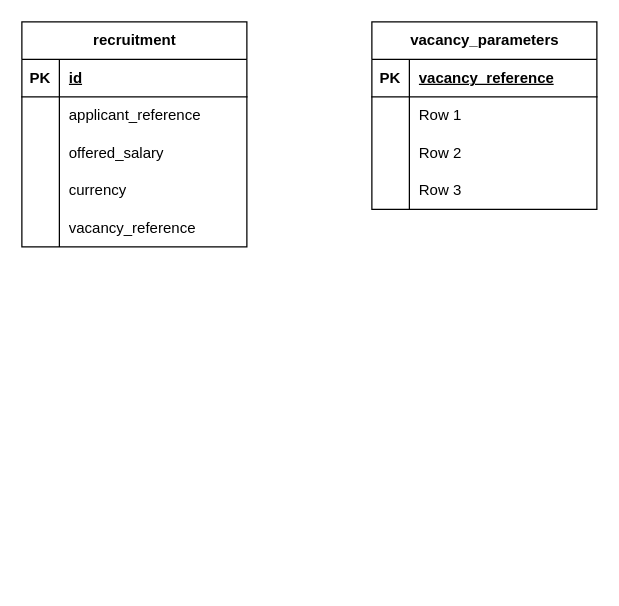
peguses/education keeps this draw.io diagram as design/invoicing_microservice.drawio. Above is the earlier version. Source tidied: cells renumbered, new cells numbered last; positions are measured from the earlier drawing's top-left corner, leaving out a move shared by most shapes. Both pictures are drawn from the tidied source at 125%, with x=0, y=0 at pixel (21, 21).
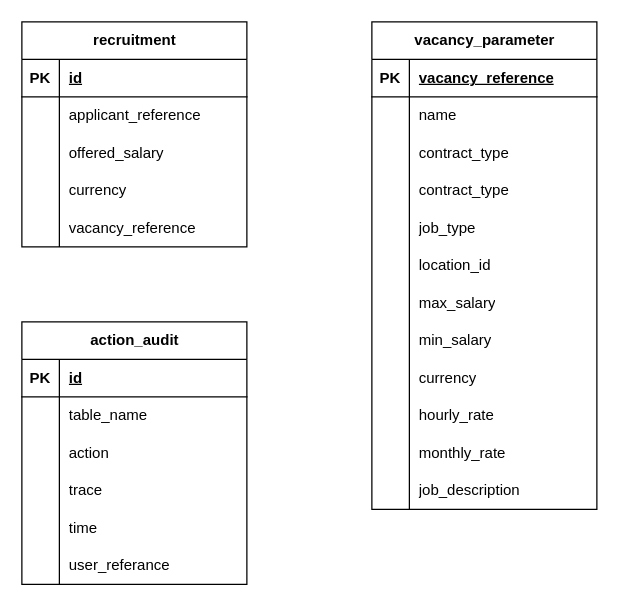
The same diagram, later.

Change to the diagram source:
```diff
@@
-    <mxCell id="18" value="vacancy_parameters" style="shape=table;startSize=30;childLayout=tableLayout;rowLines=0;fontStyle=1;align=center;html=1;" parent="1" vertex="1">
-      <mxGeometry x="280" width="180" height="150" as="geometry" />
-    </mxCell>
-    <mxCell id="19" style="shape=tableRow;horizontal=0;startSize=0;swimlaneHead=0;swimlaneBody=0;fillColor=none;top=0;left=0;right=0;bottom=1;" parent="18" vertex="1">
-      <mxGeometry y="30" width="180" height="30" as="geometry" />
-    </mxCell>
-    <mxCell id="20" value="PK" style="shape=partialRectangle;fillColor=none;top=0;left=0;bottom=0;right=0;fontStyle=1;overflow=hidden;whiteSpace=wrap;html=1;" parent="19" vertex="1">
-      <mxGeometry width="30" height="30" as="geometry" />
-    </mxCell>
+    <mxCell id="31" value="vacancy_parameter" style="shape=table;startSize=30;childLayout=tableLayout;rowLines=0;fontStyle=1;align=center;html=1;" parent="1" vertex="1">
+      <mxGeometry x="280" width="180" height="390" as="geometry" />
+    </mxCell>
+    <mxCell id="32" style="shape=tableRow;horizontal=0;startSize=0;swimlaneHead=0;swimlaneBody=0;fillColor=none;top=0;left=0;right=0;bottom=1;" parent="31" vertex="1">
+      <mxGeometry y="30" width="180" height="30" as="geometry" />
+    </mxCell>
+    <mxCell id="33" value="PK" style="shape=partialRectangle;fillColor=none;top=0;left=0;bottom=0;right=0;fontStyle=1;overflow=hidden;whiteSpace=wrap;html=1;" parent="32" vertex="1">
+      <mxGeometry width="30" height="30" as="geometry" />
+    </mxCell>
-    <mxCell id="21" value="vacancy_reference" style="shape=partialRectangle;fillColor=none;top=0;left=0;bottom=0;right=0;align=left;spacingLeft=6;fontStyle=5;overflow=hidden;whiteSpace=wrap;html=1;" parent="19" vertex="1">
+    <mxCell id="21" value="vacancy_reference" style="shape=partialRectangle;fillColor=none;top=0;left=0;bottom=0;right=0;align=left;spacingLeft=6;fontStyle=5;overflow=hidden;whiteSpace=wrap;html=1;" parent="32" vertex="1">
       <mxGeometry x="30" width="150" height="30" as="geometry" />
     </mxCell>
-    <mxCell id="22" style="shape=tableRow;horizontal=0;startSize=0;swimlaneHead=0;swimlaneBody=0;fillColor=none;top=0;left=0;right=0;bottom=0;" parent="18" vertex="1">
-      <mxGeometry y="60" width="180" height="30" as="geometry" />
-    </mxCell>
-    <mxCell id="23" style="shape=partialRectangle;fillColor=none;top=0;left=0;bottom=0;right=0;overflow=hidden;whiteSpace=wrap;html=1;" parent="22" vertex="1">
-      <mxGeometry width="30" height="30" as="geometry" />
-    </mxCell>
-    <mxCell id="24" value="Row 1" style="shape=partialRectangle;fillColor=none;top=0;left=0;bottom=0;right=0;align=left;spacingLeft=6;overflow=hidden;whiteSpace=wrap;html=1;" parent="22" vertex="1">
-      <mxGeometry x="30" width="150" height="30" as="geometry" />
-    </mxCell>
-    <mxCell id="25" style="shape=tableRow;horizontal=0;startSize=0;swimlaneHead=0;swimlaneBody=0;fillColor=none;top=0;left=0;right=0;bottom=0;" parent="18" vertex="1">
-      <mxGeometry y="90" width="180" height="30" as="geometry" />
-    </mxCell>
-    <mxCell id="26" style="shape=partialRectangle;fillColor=none;top=0;left=0;bottom=0;right=0;overflow=hidden;whiteSpace=wrap;html=1;" parent="25" vertex="1">
-      <mxGeometry width="30" height="30" as="geometry" />
-    </mxCell>
-    <mxCell id="27" value="Row 2" style="shape=partialRectangle;fillColor=none;top=0;left=0;bottom=0;right=0;align=left;spacingLeft=6;overflow=hidden;whiteSpace=wrap;html=1;" parent="25" vertex="1">
-      <mxGeometry x="30" width="150" height="30" as="geometry" />
-    </mxCell>
-    <mxCell id="28" style="shape=tableRow;horizontal=0;startSize=0;swimlaneHead=0;swimlaneBody=0;fillColor=none;top=0;left=0;right=0;bottom=0;" parent="18" vertex="1">
-      <mxGeometry y="120" width="180" height="30" as="geometry" />
-    </mxCell>
-    <mxCell id="29" style="shape=partialRectangle;fillColor=none;top=0;left=0;bottom=0;right=0;overflow=hidden;whiteSpace=wrap;html=1;" parent="28" vertex="1">
-      <mxGeometry width="30" height="30" as="geometry" />
-    </mxCell>
-    <mxCell id="30" value="Row 3" style="shape=partialRectangle;fillColor=none;top=0;left=0;bottom=0;right=0;align=left;spacingLeft=6;overflow=hidden;whiteSpace=wrap;html=1;" parent="28" vertex="1">
-      <mxGeometry x="30" width="150" height="30" as="geometry" />
-    </mxCell>
+    <mxCell id="34" style="shape=tableRow;horizontal=0;startSize=0;swimlaneHead=0;swimlaneBody=0;fillColor=none;top=0;left=0;right=0;bottom=0;" parent="31" vertex="1">
+      <mxGeometry y="60" width="180" height="30" as="geometry" />
+    </mxCell>
+    <mxCell id="35" style="shape=partialRectangle;fillColor=none;top=0;left=0;bottom=0;right=0;overflow=hidden;whiteSpace=wrap;html=1;" parent="34" vertex="1">
+      <mxGeometry width="30" height="30" as="geometry" />
+    </mxCell>
+    <mxCell id="36" value="name" style="shape=partialRectangle;fillColor=none;top=0;left=0;bottom=0;right=0;align=left;spacingLeft=6;overflow=hidden;whiteSpace=wrap;html=1;" parent="34" vertex="1">
+      <mxGeometry x="30" width="150" height="30" as="geometry" />
+    </mxCell>
+    <mxCell id="37" style="shape=tableRow;horizontal=0;startSize=0;swimlaneHead=0;swimlaneBody=0;fillColor=none;top=0;left=0;right=0;bottom=0;" parent="31" vertex="1">
+      <mxGeometry y="90" width="180" height="30" as="geometry" />
+    </mxCell>
+    <mxCell id="38" style="shape=partialRectangle;fillColor=none;top=0;left=0;bottom=0;right=0;overflow=hidden;whiteSpace=wrap;html=1;" parent="37" vertex="1">
+      <mxGeometry width="30" height="30" as="geometry" />
+    </mxCell>
+    <mxCell id="39" value="contract_type" style="shape=partialRectangle;fillColor=none;top=0;left=0;bottom=0;right=0;align=left;spacingLeft=6;overflow=hidden;whiteSpace=wrap;html=1;" parent="37" vertex="1">
+      <mxGeometry x="30" width="150" height="30" as="geometry" />
+    </mxCell>
+    <mxCell id="40" style="shape=tableRow;horizontal=0;startSize=0;swimlaneHead=0;swimlaneBody=0;fillColor=none;top=0;left=0;right=0;bottom=0;" parent="31" vertex="1">
+      <mxGeometry y="120" width="180" height="30" as="geometry" />
+    </mxCell>
+    <mxCell id="41" style="shape=partialRectangle;fillColor=none;top=0;left=0;bottom=0;right=0;overflow=hidden;whiteSpace=wrap;html=1;" parent="40" vertex="1">
+      <mxGeometry width="30" height="30" as="geometry" />
+    </mxCell>
+    <mxCell id="42" value="contract_type" style="shape=partialRectangle;fillColor=none;top=0;left=0;bottom=0;right=0;align=left;spacingLeft=6;overflow=hidden;whiteSpace=wrap;html=1;" parent="40" vertex="1">
+      <mxGeometry x="30" width="150" height="30" as="geometry" />
+    </mxCell>
+    <mxCell id="43" style="shape=tableRow;horizontal=0;startSize=0;swimlaneHead=0;swimlaneBody=0;fillColor=none;top=0;left=0;right=0;bottom=0;" parent="31" vertex="1">
+      <mxGeometry y="150" width="180" height="30" as="geometry" />
+    </mxCell>
+    <mxCell id="44" style="shape=partialRectangle;fillColor=none;top=0;left=0;bottom=0;right=0;overflow=hidden;whiteSpace=wrap;html=1;" parent="43" vertex="1">
+      <mxGeometry width="30" height="30" as="geometry" />
+    </mxCell>
+    <mxCell id="45" value="job_type" style="shape=partialRectangle;fillColor=none;top=0;left=0;bottom=0;right=0;align=left;spacingLeft=6;overflow=hidden;whiteSpace=wrap;html=1;" parent="43" vertex="1">
+      <mxGeometry x="30" width="150" height="30" as="geometry" />
+    </mxCell>
+    <mxCell id="46" style="shape=tableRow;horizontal=0;startSize=0;swimlaneHead=0;swimlaneBody=0;fillColor=none;top=0;left=0;right=0;bottom=0;" parent="31" vertex="1">
+      <mxGeometry y="180" width="180" height="30" as="geometry" />
+    </mxCell>
+    <mxCell id="47" style="shape=partialRectangle;fillColor=none;top=0;left=0;bottom=0;right=0;overflow=hidden;whiteSpace=wrap;html=1;" parent="46" vertex="1">
+      <mxGeometry width="30" height="30" as="geometry" />
+    </mxCell>
+    <mxCell id="48" value="location_id" style="shape=partialRectangle;fillColor=none;top=0;left=0;bottom=0;right=0;align=left;spacingLeft=6;overflow=hidden;whiteSpace=wrap;html=1;" parent="46" vertex="1">
+      <mxGeometry x="30" width="150" height="30" as="geometry" />
+    </mxCell>
+    <mxCell id="49" style="shape=tableRow;horizontal=0;startSize=0;swimlaneHead=0;swimlaneBody=0;fillColor=none;top=0;left=0;right=0;bottom=0;" parent="31" vertex="1">
+      <mxGeometry y="210" width="180" height="30" as="geometry" />
+    </mxCell>
+    <mxCell id="50" style="shape=partialRectangle;fillColor=none;top=0;left=0;bottom=0;right=0;overflow=hidden;whiteSpace=wrap;html=1;" parent="49" vertex="1">
+      <mxGeometry width="30" height="30" as="geometry" />
+    </mxCell>
+    <mxCell id="51" value="max_salary" style="shape=partialRectangle;fillColor=none;top=0;left=0;bottom=0;right=0;align=left;spacingLeft=6;overflow=hidden;whiteSpace=wrap;html=1;" parent="49" vertex="1">
+      <mxGeometry x="30" width="150" height="30" as="geometry" />
+    </mxCell>
+    <mxCell id="52" style="shape=tableRow;horizontal=0;startSize=0;swimlaneHead=0;swimlaneBody=0;fillColor=none;top=0;left=0;right=0;bottom=0;" parent="31" vertex="1">
+      <mxGeometry y="240" width="180" height="30" as="geometry" />
+    </mxCell>
+    <mxCell id="53" style="shape=partialRectangle;fillColor=none;top=0;left=0;bottom=0;right=0;overflow=hidden;whiteSpace=wrap;html=1;" parent="52" vertex="1">
+      <mxGeometry width="30" height="30" as="geometry" />
+    </mxCell>
+    <mxCell id="54" value="min_salary" style="shape=partialRectangle;fillColor=none;top=0;left=0;bottom=0;right=0;align=left;spacingLeft=6;overflow=hidden;whiteSpace=wrap;html=1;" parent="52" vertex="1">
+      <mxGeometry x="30" width="150" height="30" as="geometry" />
+    </mxCell>
+    <mxCell id="55" style="shape=tableRow;horizontal=0;startSize=0;swimlaneHead=0;swimlaneBody=0;fillColor=none;top=0;left=0;right=0;bottom=0;" parent="31" vertex="1">
+      <mxGeometry y="270" width="180" height="30" as="geometry" />
+    </mxCell>
+    <mxCell id="56" style="shape=partialRectangle;fillColor=none;top=0;left=0;bottom=0;right=0;overflow=hidden;whiteSpace=wrap;html=1;" parent="55" vertex="1">
+      <mxGeometry width="30" height="30" as="geometry" />
+    </mxCell>
+    <mxCell id="57" value="currency" style="shape=partialRectangle;fillColor=none;top=0;left=0;bottom=0;right=0;align=left;spacingLeft=6;overflow=hidden;whiteSpace=wrap;html=1;" parent="55" vertex="1">
+      <mxGeometry x="30" width="150" height="30" as="geometry" />
+    </mxCell>
+    <mxCell id="58" style="shape=tableRow;horizontal=0;startSize=0;swimlaneHead=0;swimlaneBody=0;fillColor=none;top=0;left=0;right=0;bottom=0;" parent="31" vertex="1">
+      <mxGeometry y="300" width="180" height="30" as="geometry" />
+    </mxCell>
+    <mxCell id="59" style="shape=partialRectangle;fillColor=none;top=0;left=0;bottom=0;right=0;overflow=hidden;whiteSpace=wrap;html=1;" parent="58" vertex="1">
+      <mxGeometry width="30" height="30" as="geometry" />
+    </mxCell>
+    <mxCell id="60" value="hourly_rate" style="shape=partialRectangle;fillColor=none;top=0;left=0;bottom=0;right=0;align=left;spacingLeft=6;overflow=hidden;whiteSpace=wrap;html=1;" parent="58" vertex="1">
+      <mxGeometry x="30" width="150" height="30" as="geometry" />
+    </mxCell>
+    <mxCell id="61" style="shape=tableRow;horizontal=0;startSize=0;swimlaneHead=0;swimlaneBody=0;fillColor=none;top=0;left=0;right=0;bottom=0;" parent="31" vertex="1">
+      <mxGeometry y="330" width="180" height="30" as="geometry" />
+    </mxCell>
+    <mxCell id="62" style="shape=partialRectangle;fillColor=none;top=0;left=0;bottom=0;right=0;overflow=hidden;whiteSpace=wrap;html=1;" parent="61" vertex="1">
+      <mxGeometry width="30" height="30" as="geometry" />
+    </mxCell>
+    <mxCell id="63" value="monthly_rate" style="shape=partialRectangle;fillColor=none;top=0;left=0;bottom=0;right=0;align=left;spacingLeft=6;overflow=hidden;whiteSpace=wrap;html=1;" parent="61" vertex="1">
+      <mxGeometry x="30" width="150" height="30" as="geometry" />
+    </mxCell>
+    <mxCell id="64" style="shape=tableRow;horizontal=0;startSize=0;swimlaneHead=0;swimlaneBody=0;fillColor=none;top=0;left=0;right=0;bottom=0;" parent="31" vertex="1">
+      <mxGeometry y="360" width="180" height="30" as="geometry" />
+    </mxCell>
+    <mxCell id="65" style="shape=partialRectangle;fillColor=none;top=0;left=0;bottom=0;right=0;overflow=hidden;whiteSpace=wrap;html=1;" parent="64" vertex="1">
+      <mxGeometry width="30" height="30" as="geometry" />
+    </mxCell>
+    <mxCell id="66" value="job_description" style="shape=partialRectangle;fillColor=none;top=0;left=0;bottom=0;right=0;align=left;spacingLeft=6;overflow=hidden;whiteSpace=wrap;html=1;" parent="64" vertex="1">
+      <mxGeometry x="30" width="150" height="30" as="geometry" />
+    </mxCell>
+    <mxCell id="67" value="action_audit" style="shape=table;startSize=30;childLayout=tableLayout;rowLines=0;fontStyle=1;align=center;html=1;" parent="1" vertex="1">
+      <mxGeometry y="240" width="180" height="210" as="geometry" />
+    </mxCell>
+    <mxCell id="68" style="shape=tableRow;horizontal=0;startSize=0;swimlaneHead=0;swimlaneBody=0;fillColor=none;top=0;left=0;right=0;bottom=1;" parent="67" vertex="1">
+      <mxGeometry y="30" width="180" height="30" as="geometry" />
+    </mxCell>
+    <mxCell id="69" value="PK" style="shape=partialRectangle;fillColor=none;top=0;left=0;bottom=0;right=0;fontStyle=1;overflow=hidden;whiteSpace=wrap;html=1;" parent="68" vertex="1">
+      <mxGeometry width="30" height="30" as="geometry" />
+    </mxCell>
+    <mxCell id="70" value="id" style="shape=partialRectangle;fillColor=none;top=0;left=0;bottom=0;right=0;align=left;spacingLeft=6;fontStyle=5;overflow=hidden;whiteSpace=wrap;html=1;" parent="68" vertex="1">
+      <mxGeometry x="30" width="150" height="30" as="geometry" />
+    </mxCell>
+    <mxCell id="71" style="shape=tableRow;horizontal=0;startSize=0;swimlaneHead=0;swimlaneBody=0;fillColor=none;top=0;left=0;right=0;bottom=0;" parent="67" vertex="1">
+      <mxGeometry y="60" width="180" height="30" as="geometry" />
+    </mxCell>
+    <mxCell id="72" style="shape=partialRectangle;fillColor=none;top=0;left=0;bottom=0;right=0;overflow=hidden;whiteSpace=wrap;html=1;" parent="71" vertex="1">
+      <mxGeometry width="30" height="30" as="geometry" />
+    </mxCell>
+    <mxCell id="73" value="table_name" style="shape=partialRectangle;fillColor=none;top=0;left=0;bottom=0;right=0;align=left;spacingLeft=6;overflow=hidden;whiteSpace=wrap;html=1;" parent="71" vertex="1">
+      <mxGeometry x="30" width="150" height="30" as="geometry" />
+    </mxCell>
+    <mxCell id="74" style="shape=tableRow;horizontal=0;startSize=0;swimlaneHead=0;swimlaneBody=0;fillColor=none;top=0;left=0;right=0;bottom=0;" parent="67" vertex="1">
+      <mxGeometry y="90" width="180" height="30" as="geometry" />
+    </mxCell>
+    <mxCell id="75" style="shape=partialRectangle;fillColor=none;top=0;left=0;bottom=0;right=0;overflow=hidden;whiteSpace=wrap;html=1;" parent="74" vertex="1">
+      <mxGeometry width="30" height="30" as="geometry" />
+    </mxCell>
+    <mxCell id="76" value="action" style="shape=partialRectangle;fillColor=none;top=0;left=0;bottom=0;right=0;align=left;spacingLeft=6;overflow=hidden;whiteSpace=wrap;html=1;" parent="74" vertex="1">
+      <mxGeometry x="30" width="150" height="30" as="geometry" />
+    </mxCell>
+    <mxCell id="77" style="shape=tableRow;horizontal=0;startSize=0;swimlaneHead=0;swimlaneBody=0;fillColor=none;top=0;left=0;right=0;bottom=0;" parent="67" vertex="1">
+      <mxGeometry y="120" width="180" height="30" as="geometry" />
+    </mxCell>
+    <mxCell id="78" style="shape=partialRectangle;fillColor=none;top=0;left=0;bottom=0;right=0;overflow=hidden;whiteSpace=wrap;html=1;" parent="77" vertex="1">
+      <mxGeometry width="30" height="30" as="geometry" />
+    </mxCell>
+    <mxCell id="79" value="trace" style="shape=partialRectangle;fillColor=none;top=0;left=0;bottom=0;right=0;align=left;spacingLeft=6;overflow=hidden;whiteSpace=wrap;html=1;" parent="77" vertex="1">
+      <mxGeometry x="30" width="150" height="30" as="geometry" />
+    </mxCell>
+    <mxCell id="80" style="shape=tableRow;horizontal=0;startSize=0;swimlaneHead=0;swimlaneBody=0;fillColor=none;top=0;left=0;right=0;bottom=0;" parent="67" vertex="1">
+      <mxGeometry y="150" width="180" height="30" as="geometry" />
+    </mxCell>
+    <mxCell id="81" style="shape=partialRectangle;fillColor=none;top=0;left=0;bottom=0;right=0;overflow=hidden;whiteSpace=wrap;html=1;" parent="80" vertex="1">
+      <mxGeometry width="30" height="30" as="geometry" />
+    </mxCell>
+    <mxCell id="82" value="time" style="shape=partialRectangle;fillColor=none;top=0;left=0;bottom=0;right=0;align=left;spacingLeft=6;overflow=hidden;whiteSpace=wrap;html=1;" parent="80" vertex="1">
+      <mxGeometry x="30" width="150" height="30" as="geometry" />
+    </mxCell>
+    <mxCell id="83" style="shape=tableRow;horizontal=0;startSize=0;swimlaneHead=0;swimlaneBody=0;fillColor=none;top=0;left=0;right=0;bottom=0;" parent="67" vertex="1">
+      <mxGeometry y="180" width="180" height="30" as="geometry" />
+    </mxCell>
+    <mxCell id="84" style="shape=partialRectangle;fillColor=none;top=0;left=0;bottom=0;right=0;overflow=hidden;whiteSpace=wrap;html=1;" parent="83" vertex="1">
+      <mxGeometry width="30" height="30" as="geometry" />
+    </mxCell>
+    <mxCell id="85" value="user_referance" style="shape=partialRectangle;fillColor=none;top=0;left=0;bottom=0;right=0;align=left;spacingLeft=6;overflow=hidden;whiteSpace=wrap;html=1;" parent="83" vertex="1">
+      <mxGeometry x="30" width="150" height="30" as="geometry" />
+    </mxCell>
```
